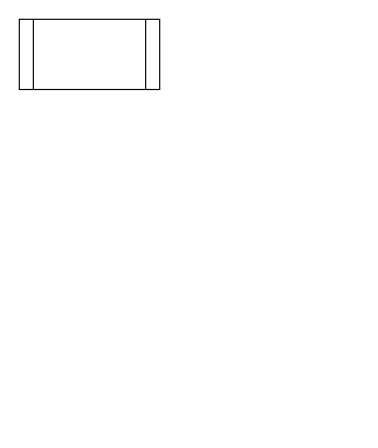
The draw.io diagram Untitled Diagram.drawio in riteshkohad/em-interviews, before the edit. Source tidied: cells renumbered, new cells numbered last; positions are measured from the earlier drawing's top-left corner, leaving out a move shared by most shapes. Both pictures are drawn from the tidied source at 117%, with x=0, y=0 at pixel (19, 19).
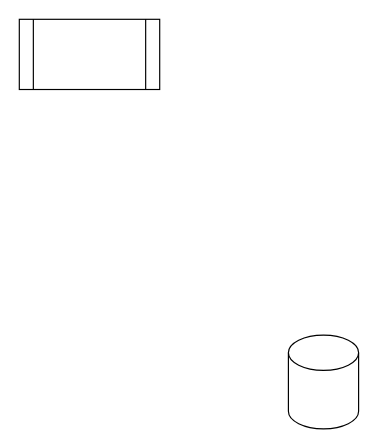
The same page after the edit.

What changed in the source:
```diff
@@
 <mxGraphModel>
   <root>
     <mxCell id="0" />
     <mxCell id="1" parent="0" />
     <mxCell id="2" style="shape=process;whiteSpace=wrap;html=1;backgroundOutline=1;" parent="1" vertex="1">
       <mxGeometry width="120" height="60" as="geometry" />
     </mxCell>
+    <mxCell id="3" style="shape=cylinder3;whiteSpace=wrap;html=1;boundedLbl=1;backgroundOutline=1;size=15;" parent="1" vertex="1">
+      <mxGeometry x="230" y="270" width="60" height="80" as="geometry" />
+    </mxCell>
   </root>
 </mxGraphModel>
```
